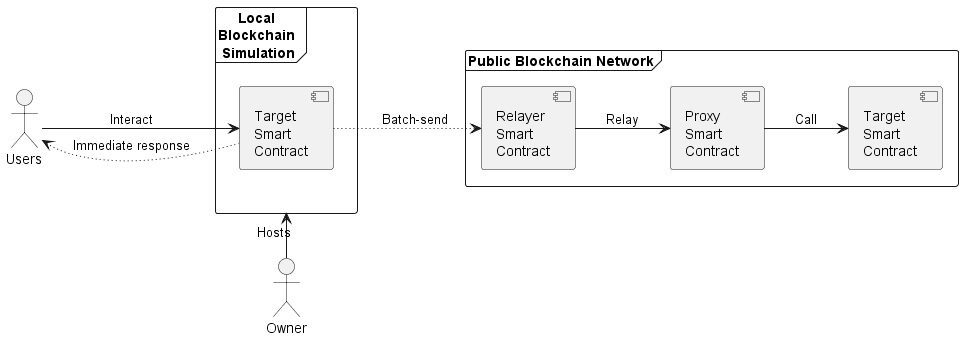
Before: out/UMLs/static_architecture/static_architecture.png, a diagram exported from PlantUML (ollie041114/account-abstraction-test). The source it was exported from:
```plantuml
@startuml

actor Owner
actor Users

frame "Local \nBlockchain \nSimulation" as LocalSim {
    component "Target \nSmart \nContract" as LocalTarget
}

frame "Public Blockchain Network" as PubNet {
    component "Relayer \nSmart \nContract" as Relayer
    component "Proxy \nSmart \nContract" as Proxy
    component "Target \nSmart \nContract" as Target

}

left to right direction
Users --> LocalTarget : Interact
Users <-[dotted]- LocalTarget : Immediate response

LocalSim <-l- Owner : Hosts

LocalTarget -[dotted]-> Relayer : Batch-send
Relayer --> Proxy : Relay
Proxy --> Target : Call

@enduml
```
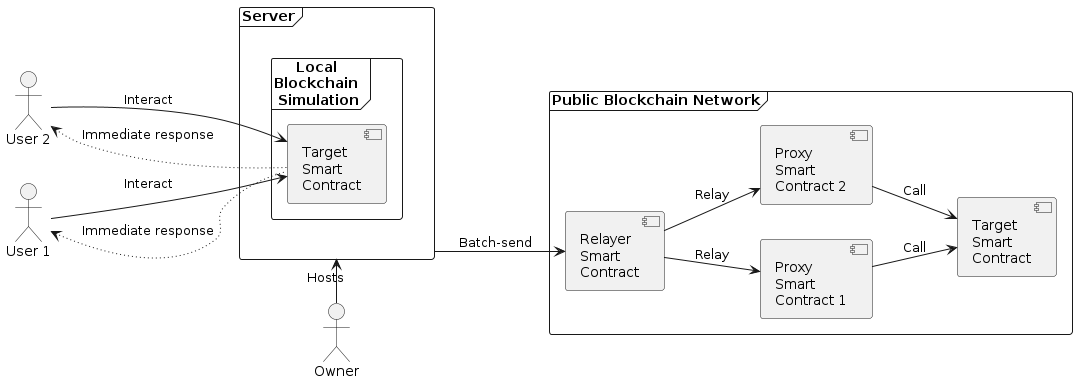
Above is the later version.

What changed in the source:
```diff
@@ -1,27 +1,42 @@
 @startuml
 
+
 actor Owner
-actor Users
 
-frame "Local \nBlockchain \nSimulation" as LocalSim {
-    component "Target \nSmart \nContract" as LocalTarget
+actor "User 1" as User1
+
+actor "User 2" as User2
+
+
+frame "Server" as Server {
+    frame "Local \nBlockchain \nSimulation" as LocalSim {
+        component "Target \nSmart \nContract" as LocalTarget
+    }
 }
+
 
 frame "Public Blockchain Network" as PubNet {
     component "Relayer \nSmart \nContract" as Relayer
-    component "Proxy \nSmart \nContract" as Proxy
+    component "Proxy \nSmart \nContract 1" as Proxy1
+    component "Proxy \nSmart \nContract 2" as Proxy2
     component "Target \nSmart \nContract" as Target
 
 }
 
 left to right direction
-Users --> LocalTarget : Interact
-Users <-[dotted]- LocalTarget : Immediate response
+User1 -down-> LocalTarget : Interact
+User1 <-[dotted]- LocalTarget : Immediate response
 
-LocalSim <-l- Owner : Hosts
+User2 -> LocalTarget : Interact
+User2 <-[dotted]- LocalTarget : Immediate response
 
-LocalTarget -[dotted]-> Relayer : Batch-send
-Relayer --> Proxy : Relay
-Proxy --> Target : Call
+Server <-l- Owner : Hosts
+
+Server --> Relayer : Batch-send
+
+Relayer --> Proxy2 : Relay
+Proxy2 --> Target : Call
+Relayer --> Proxy1 : Relay
+Proxy1 --> Target : Call
 
 @enduml
```
